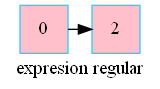
The Graphviz diagram grafo.png in betebetoven/EDDS2F2, before a commit. Its source is kept beside it as grafo.dot.
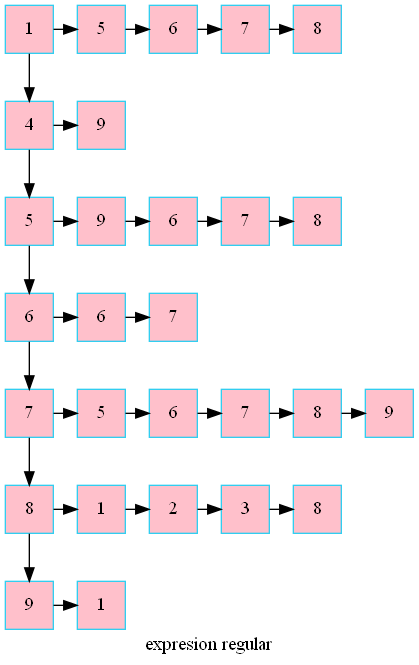
Above is the later version.

Change to the diagram source:
```diff
@@ -6,8 +6,66 @@
         node[color = "#EEEEE"]
         node[color = "#31CEF0"]
 
-2386077941184 [label="0",fillcolor ="pink"]
-2386077289968 [label="2",fillcolor ="pink"]
-2386077941184-> 2386077289968
- {rank=same; 2386077941184;2386077289968;}
+1731287365040 [label="1",fillcolor ="pink"]
+1731289704064 [label="5",fillcolor ="pink"]
+1731289413328 [label="6",fillcolor ="pink"]
+1731289413712 [label="7",fillcolor ="pink"]
+1731289414000 [label="8",fillcolor ="pink"]
+1731287364656 [label="4",fillcolor ="pink"]
+1731289414384 [label="9",fillcolor ="pink"]
+1731289664912 [label="5",fillcolor ="pink"]
+1731289704400 [label="9",fillcolor ="pink"]
+1731289709008 [label="6",fillcolor ="pink"]
+1731289661504 [label="7",fillcolor ="pink"]
+1731289661840 [label="8",fillcolor ="pink"]
+1731289662224 [label="6",fillcolor ="pink"]
+1731289706752 [label="6",fillcolor ="pink"]
+1731289663856 [label="7",fillcolor ="pink"]
+1731289664240 [label="7",fillcolor ="pink"]
+1731289704208 [label="5",fillcolor ="pink"]
+1731289664576 [label="6",fillcolor ="pink"]
+1731289663040 [label="7",fillcolor ="pink"]
+1731289663616 [label="8",fillcolor ="pink"]
+1731289662272 [label="9",fillcolor ="pink"]
+1731289662896 [label="8",fillcolor ="pink"]
+1731289706560 [label="1",fillcolor ="pink"]
+1731289414672 [label="2",fillcolor ="pink"]
+1731289415008 [label="3",fillcolor ="pink"]
+1731289415344 [label="8",fillcolor ="pink"]
+1731289841968 [label="9",fillcolor ="pink"]
+1731289842160 [label="1",fillcolor ="pink"]
+1731287365040-> 1731287364656
+1731287365040-> 1731289704064
+1731289704064-> 1731289413328
+1731289413328-> 1731289413712
+1731289413712-> 1731289414000
+1731287364656-> 1731289664912
+1731287364656-> 1731289414384
+1731289664912-> 1731289662224
+1731289664912-> 1731289704400
+1731289704400-> 1731289709008
+1731289709008-> 1731289661504
+1731289661504-> 1731289661840
+1731289662224-> 1731289664240
+1731289662224-> 1731289706752
+1731289706752-> 1731289663856
+1731289664240-> 1731289662896
+1731289664240-> 1731289704208
+1731289704208-> 1731289664576
+1731289664576-> 1731289663040
+1731289663040-> 1731289663616
+1731289663616-> 1731289662272
+1731289662896-> 1731289841968
+1731289662896-> 1731289706560
+1731289706560-> 1731289414672
+1731289414672-> 1731289415008
+1731289415008-> 1731289415344
+1731289841968-> 1731289842160
+ {rank=same; 1731287365040;1731289704064;1731289413328;1731289413712;1731289414000;}
+ {rank=same; 1731287364656;1731289414384;}
+ {rank=same; 1731289664912;1731289704400;1731289709008;1731289661504;1731289661840;}
+ {rank=same; 1731289662224;1731289706752;1731289663856;}
+ {rank=same; 1731289664240;1731289704208;1731289664576;1731289663040;1731289663616;1731289662272;}
+ {rank=same; 1731289662896;1731289706560;1731289414672;1731289415008;1731289415344;}
+ {rank=same; 1731289841968;1731289842160;}
  }
```
